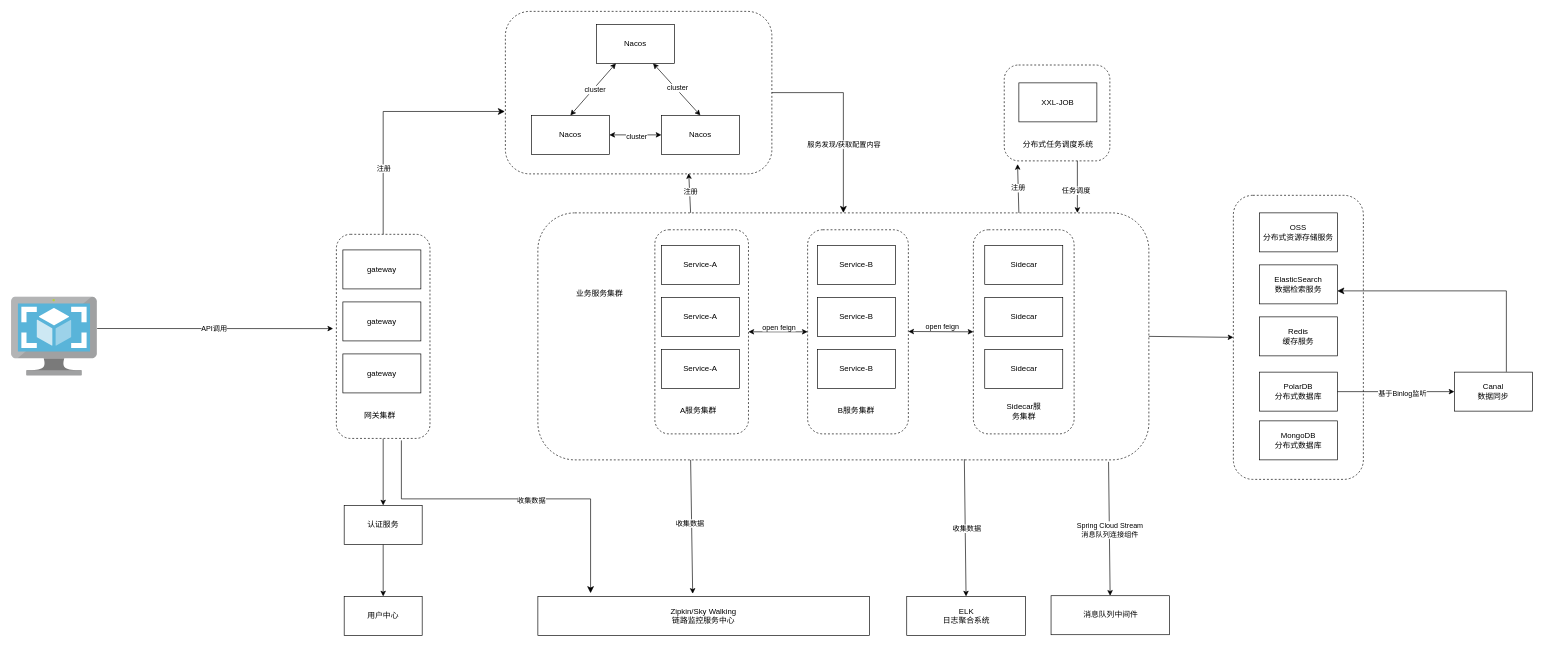
Before: 爆米花技术架构图.drawio in ciyuan1269691683/personal_picture_bed, a draw.io diagram. Source tidied: cells renumbered, new cells numbered last; positions are measured from the earlier drawing's top-left corner, leaving out a move shared by most shapes. Both pictures are drawn from the tidied source at 65%, with x=0, y=0 at pixel (11, 11).
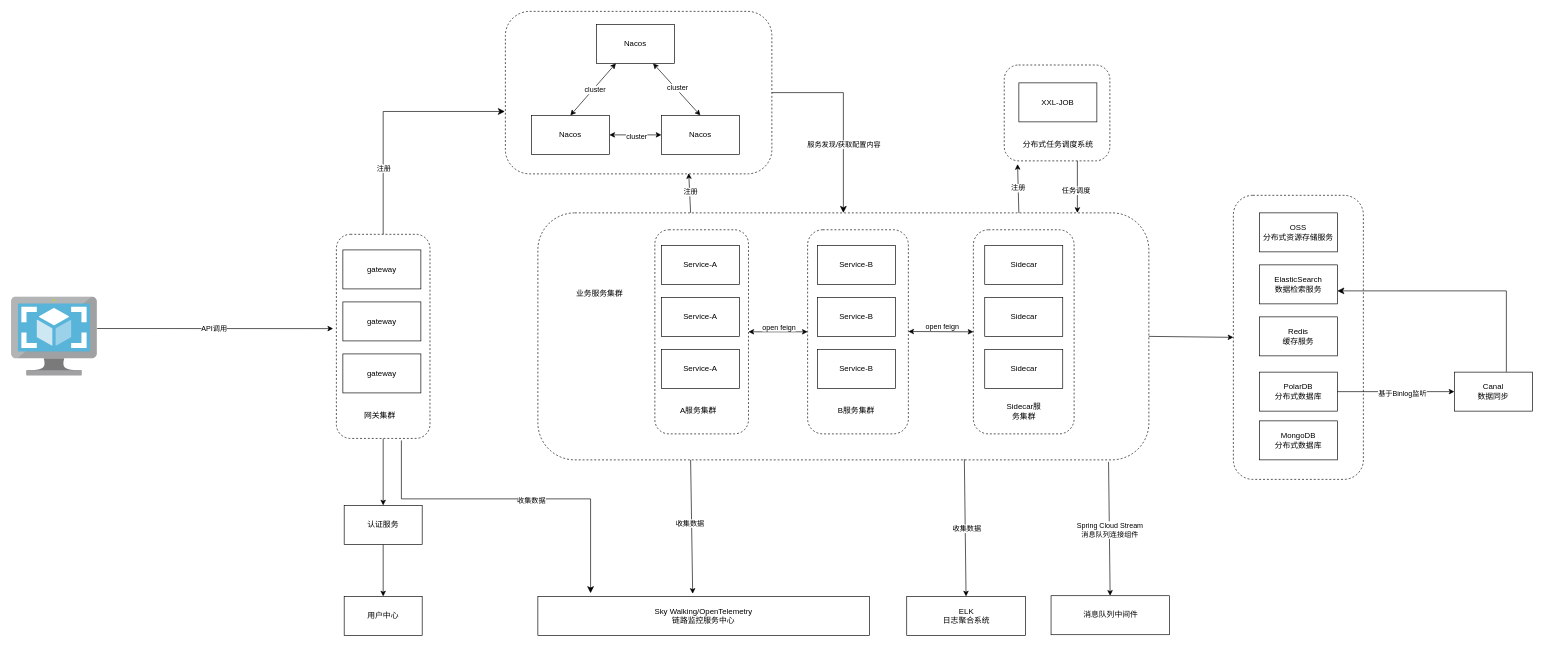
After the change.

Commit message:
更新爆米花技术架构图.drawio

Change to the diagram source:
```diff
@@
-    <mxCell id="54" value="Zipkin/Sky Walking&lt;div&gt;链路监控服务中心&lt;/div&gt;" style="rounded=0;whiteSpace=wrap;html=1;" parent="1" vertex="1">
+    <mxCell id="54" value="Sky Walking/OpenTelemetry&lt;div&gt;链路监控服务中心&lt;/div&gt;" style="rounded=0;whiteSpace=wrap;html=1;" parent="1" vertex="1">
       <mxGeometry x="810" y="900" width="510" height="60" as="geometry" />
     </mxCell>
```
